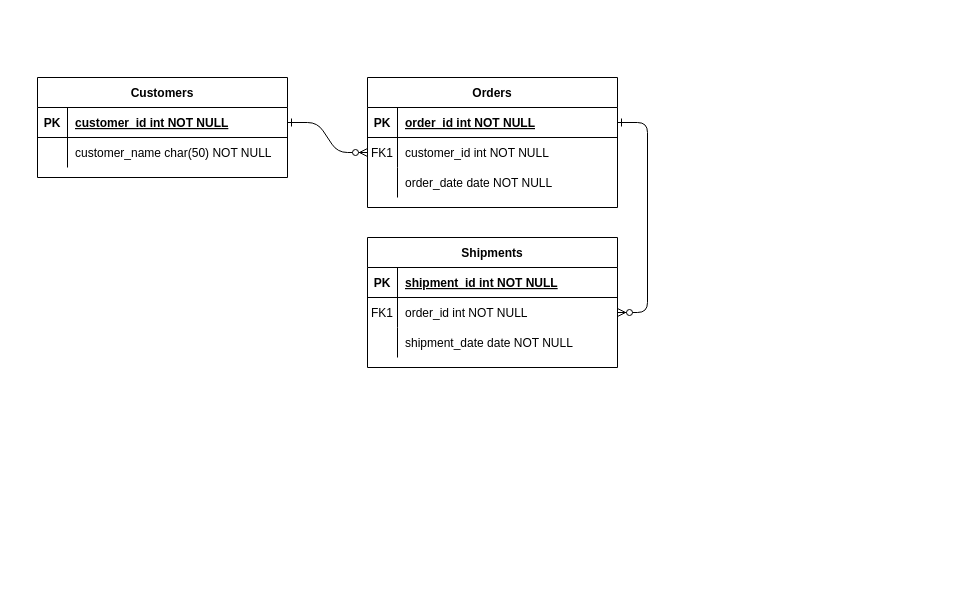
Before: Diagrama sem nome.drawio in FelipeLambiazzi/DiagramaBD, a draw.io diagram. Source tidied: cells renumbered, new cells numbered last; positions are measured from the earlier drawing's top-left corner, leaving out a move shared by most shapes. Both pictures are drawn from the tidied source at 100%, with x=0, y=0 at pixel (37, 77).
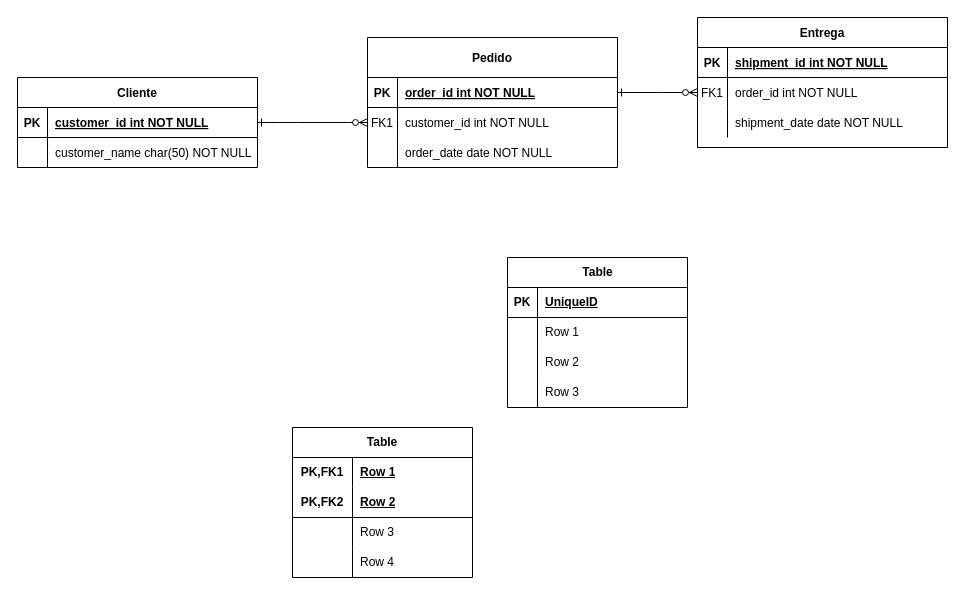
The same page after the edit.

Change to the diagram source:
```diff
@@
-    <mxCell id="4" value="Orders" style="shape=table;startSize=30;childLayout=tableLayout;rowLines=0;fontStyle=1;align=center;" parent="1" vertex="1">
-      <mxGeometry x="330" width="250" height="130" as="geometry" />
+    <mxCell id="4" value="Pedido" style="shape=table;startSize=40;childLayout=tableLayout;rowLines=0;fontStyle=1;align=center;" parent="1" vertex="1">
+      <mxGeometry x="330" y="-40" width="250" height="130" as="geometry" />
     </mxCell>
     <mxCell id="5" style="shape=partialRectangle;fillColor=none;points=[[0,0.5],[1,0.5]];portConstraint=eastwest;top=0;left=0;right=0;bottom=1;" parent="4" vertex="1">
-      <mxGeometry y="30" width="250" height="30" as="geometry" />
+      <mxGeometry y="40" width="250" height="30" as="geometry" />
     </mxCell>
@@
     <mxCell id="8" style="shape=partialRectangle;fillColor=none;points=[[0,0.5],[1,0.5]];portConstraint=eastwest;top=0;left=0;right=0;bottom=0;" parent="4" vertex="1">
-      <mxGeometry y="60" width="250" height="30" as="geometry" />
+      <mxGeometry y="70" width="250" height="30" as="geometry" />
     </mxCell>
@@
     <mxCell id="11" style="shape=partialRectangle;fillColor=none;top=0;left=0;right=0;bottom=0;" parent="4" vertex="1">
-      <mxGeometry y="90" width="250" height="30" as="geometry" />
+      <mxGeometry y="100" width="250" height="30" as="geometry" />
     </mxCell>
@@
-    <mxCell id="14" value="Shipments" style="shape=table;startSize=30;childLayout=tableLayout;rowLines=0;fontStyle=1;align=center;" parent="1" vertex="1">
-      <mxGeometry x="330" y="160" width="250" height="130" as="geometry" />
+    <mxCell id="14" value="Entrega" style="shape=table;startSize=30;childLayout=tableLayout;rowLines=0;fontStyle=1;align=center;" parent="1" vertex="1">
+      <mxGeometry x="660" y="-60" width="250" height="130" as="geometry" />
     </mxCell>
@@
-    <mxCell id="24" value="Customers" style="shape=table;startSize=30;childLayout=tableLayout;rowLines=0;fontStyle=1;align=center;" parent="1" vertex="1">
-      <mxGeometry width="250" height="100" as="geometry" />
+    <mxCell id="24" value="Cliente" style="shape=table;startSize=30;childLayout=tableLayout;rowLines=0;fontStyle=1;align=center;" parent="1" vertex="1">
+      <mxGeometry x="-20" width="240" height="90" as="geometry" />
     </mxCell>
     <mxCell id="25" style="shape=partialRectangle;fillColor=none;points=[[0,0.5],[1,0.5]];portConstraint=eastwest;top=0;left=0;right=0;bottom=1;" parent="24" vertex="1">
-      <mxGeometry y="30" width="250" height="30" as="geometry" />
+      <mxGeometry y="30" width="240" height="30" as="geometry" />
     </mxCell>
@@
     <mxCell id="27" value="customer_id int NOT NULL " style="shape=partialRectangle;overflow=hidden;fillColor=none;top=0;left=0;bottom=0;right=0;align=left;spacingLeft=6;fontStyle=5;" parent="25" vertex="1">
-      <mxGeometry x="30" width="220" height="30" as="geometry" />
+      <mxGeometry x="30" width="210" height="30" as="geometry" />
     </mxCell>
     <mxCell id="28" style="shape=partialRectangle;fillColor=none;top=0;left=0;right=0;bottom=0;" parent="24" vertex="1">
-      <mxGeometry y="60" width="250" height="30" as="geometry" />
+      <mxGeometry y="60" width="240" height="30" as="geometry" />
     </mxCell>
@@
-    <mxCell id="30" value="customer_name char(50) NOT NULL" style="shape=partialRectangle;overflow=hidden;fillColor=none;top=0;left=0;bottom=0;right=0;align=left;spacingLeft=6;" parent="28" vertex="1">
-      <mxGeometry x="30" width="220" height="30" as="geometry" />
+    <mxCell id="30" value="customer_name char(50) NOT NULL " style="shape=partialRectangle;overflow=hidden;fillColor=none;top=0;left=0;bottom=0;right=0;align=left;spacingLeft=6;" parent="28" vertex="1">
+      <mxGeometry x="30" width="210" height="30" as="geometry" />
     </mxCell>
+    <mxCell id="31" style="shape=partialRectangle;overflow=hidden;fillColor=none;top=0;left=0;bottom=0;right=0;" parent="1" vertex="1">
+      <mxGeometry y="160" width="30" height="30" as="geometry" />
+    </mxCell>
+    <mxCell id="32" value="Table" style="shape=table;startSize=30;childLayout=tableLayout;rowLines=0;fontStyle=1;align=center;html=1;" parent="1" vertex="1">
+      <mxGeometry x="470" y="180" width="180" height="150" as="geometry" />
+    </mxCell>
+    <mxCell id="33" style="shape=tableRow;horizontal=0;startSize=0;swimlaneHead=0;swimlaneBody=0;fillColor=none;top=0;left=0;right=0;bottom=1;" parent="32" vertex="1">
+      <mxGeometry y="30" width="180" height="30" as="geometry" />
+    </mxCell>
+    <mxCell id="34" value="PK" style="shape=partialRectangle;fillColor=none;top=0;left=0;bottom=0;right=0;fontStyle=1;overflow=hidden;whiteSpace=wrap;html=1;" parent="33" vertex="1">
+      <mxGeometry width="30" height="30" as="geometry" />
+    </mxCell>
+    <mxCell id="35" value="UniqueID" style="shape=partialRectangle;fillColor=none;top=0;left=0;bottom=0;right=0;align=left;spacingLeft=6;fontStyle=5;overflow=hidden;whiteSpace=wrap;html=1;" parent="33" vertex="1">
+      <mxGeometry x="30" width="150" height="30" as="geometry" />
+    </mxCell>
+    <mxCell id="36" style="shape=tableRow;horizontal=0;startSize=0;swimlaneHead=0;swimlaneBody=0;fillColor=none;top=0;left=0;right=0;bottom=0;" parent="32" vertex="1">
+      <mxGeometry y="60" width="180" height="30" as="geometry" />
+    </mxCell>
+    <mxCell id="37" style="shape=partialRectangle;fillColor=none;top=0;left=0;bottom=0;right=0;overflow=hidden;whiteSpace=wrap;html=1;" parent="36" vertex="1">
+      <mxGeometry width="30" height="30" as="geometry" />
+    </mxCell>
+    <mxCell id="38" value="Row 1" style="shape=partialRectangle;fillColor=none;top=0;left=0;bottom=0;right=0;align=left;spacingLeft=6;overflow=hidden;whiteSpace=wrap;html=1;" parent="36" vertex="1">
+      <mxGeometry x="30" width="150" height="30" as="geometry" />
+    </mxCell>
+    <mxCell id="39" style="shape=tableRow;horizontal=0;startSize=0;swimlaneHead=0;swimlaneBody=0;fillColor=none;top=0;left=0;right=0;bottom=0;" parent="32" vertex="1">
+      <mxGeometry y="90" width="180" height="30" as="geometry" />
+    </mxCell>
+    <mxCell id="40" style="shape=partialRectangle;fillColor=none;top=0;left=0;bottom=0;right=0;overflow=hidden;whiteSpace=wrap;html=1;" parent="39" vertex="1">
+      <mxGeometry width="30" height="30" as="geometry" />
+    </mxCell>
+    <mxCell id="41" value="Row 2" style="shape=partialRectangle;fillColor=none;top=0;left=0;bottom=0;right=0;align=left;spacingLeft=6;overflow=hidden;whiteSpace=wrap;html=1;" parent="39" vertex="1">
+      <mxGeometry x="30" width="150" height="30" as="geometry" />
+    </mxCell>
+    <mxCell id="42" style="shape=tableRow;horizontal=0;startSize=0;swimlaneHead=0;swimlaneBody=0;fillColor=none;top=0;left=0;right=0;bottom=0;" parent="32" vertex="1">
+      <mxGeometry y="120" width="180" height="30" as="geometry" />
+    </mxCell>
+    <mxCell id="43" style="shape=partialRectangle;fillColor=none;top=0;left=0;bottom=0;right=0;overflow=hidden;whiteSpace=wrap;html=1;" parent="42" vertex="1">
+      <mxGeometry width="30" height="30" as="geometry" />
+    </mxCell>
+    <mxCell id="44" value="Row 3" style="shape=partialRectangle;fillColor=none;top=0;left=0;bottom=0;right=0;align=left;spacingLeft=6;overflow=hidden;whiteSpace=wrap;html=1;" parent="42" vertex="1">
+      <mxGeometry x="30" width="150" height="30" as="geometry" />
+    </mxCell>
+    <mxCell id="45" value="Table" style="shape=table;startSize=30;childLayout=tableLayout;rowLines=0;fontStyle=1;align=center;html=1;whiteSpace=wrap;" parent="1" vertex="1">
+      <mxGeometry x="255" y="350" width="180" height="150" as="geometry" />
+    </mxCell>
+    <mxCell id="46" style="shape=tableRow;horizontal=0;startSize=0;swimlaneHead=0;swimlaneBody=0;fillColor=none;top=0;left=0;right=0;bottom=0;html=1;" parent="45" vertex="1">
+      <mxGeometry y="30" width="180" height="30" as="geometry" />
+    </mxCell>
+    <mxCell id="47" value="PK,FK1" style="shape=partialRectangle;fillColor=none;top=0;left=0;bottom=0;right=0;fontStyle=1;overflow=hidden;html=1;whiteSpace=wrap;" parent="46" vertex="1">
+      <mxGeometry width="60" height="30" as="geometry" />
+    </mxCell>
+    <mxCell id="48" value="Row 1" style="shape=partialRectangle;fillColor=none;top=0;left=0;bottom=0;right=0;align=left;spacingLeft=6;fontStyle=5;overflow=hidden;html=1;whiteSpace=wrap;" parent="46" vertex="1">
+      <mxGeometry x="60" width="120" height="30" as="geometry" />
+    </mxCell>
+    <mxCell id="49" style="shape=tableRow;horizontal=0;startSize=0;swimlaneHead=0;swimlaneBody=0;fillColor=none;top=0;left=0;right=0;bottom=1;html=1;" parent="45" vertex="1">
+      <mxGeometry y="60" width="180" height="30" as="geometry" />
+    </mxCell>
+    <mxCell id="50" value="PK,FK2" style="shape=partialRectangle;fillColor=none;top=0;left=0;bottom=0;right=0;fontStyle=1;overflow=hidden;html=1;whiteSpace=wrap;" parent="49" vertex="1">
+      <mxGeometry width="60" height="30" as="geometry" />
+    </mxCell>
+    <mxCell id="51" value="Row 2" style="shape=partialRectangle;fillColor=none;top=0;left=0;bottom=0;right=0;align=left;spacingLeft=6;fontStyle=5;overflow=hidden;html=1;whiteSpace=wrap;" parent="49" vertex="1">
+      <mxGeometry x="60" width="120" height="30" as="geometry" />
+    </mxCell>
+    <mxCell id="52" style="shape=tableRow;horizontal=0;startSize=0;swimlaneHead=0;swimlaneBody=0;fillColor=none;top=0;left=0;right=0;bottom=0;html=1;" parent="45" vertex="1">
+      <mxGeometry y="90" width="180" height="30" as="geometry" />
+    </mxCell>
+    <mxCell id="53" style="shape=partialRectangle;fillColor=none;top=0;left=0;bottom=0;right=0;overflow=hidden;html=1;whiteSpace=wrap;" parent="52" vertex="1">
+      <mxGeometry width="60" height="30" as="geometry" />
+    </mxCell>
+    <mxCell id="54" value="Row 3" style="shape=partialRectangle;fillColor=none;top=0;left=0;bottom=0;right=0;align=left;spacingLeft=6;overflow=hidden;html=1;whiteSpace=wrap;" parent="52" vertex="1">
+      <mxGeometry x="60" width="120" height="30" as="geometry" />
+    </mxCell>
+    <mxCell id="55" style="shape=tableRow;horizontal=0;startSize=0;swimlaneHead=0;swimlaneBody=0;fillColor=none;top=0;left=0;right=0;bottom=0;html=1;" parent="45" vertex="1">
+      <mxGeometry y="120" width="180" height="30" as="geometry" />
+    </mxCell>
+    <mxCell id="56" style="shape=partialRectangle;fillColor=none;top=0;left=0;bottom=0;right=0;overflow=hidden;html=1;whiteSpace=wrap;" parent="55" vertex="1">
+      <mxGeometry width="60" height="30" as="geometry" />
+    </mxCell>
+    <mxCell id="57" value="Row 4" style="shape=partialRectangle;fillColor=none;top=0;left=0;bottom=0;right=0;align=left;spacingLeft=6;overflow=hidden;html=1;whiteSpace=wrap;" parent="55" vertex="1">
+      <mxGeometry x="60" width="120" height="30" as="geometry" />
+    </mxCell>
```
